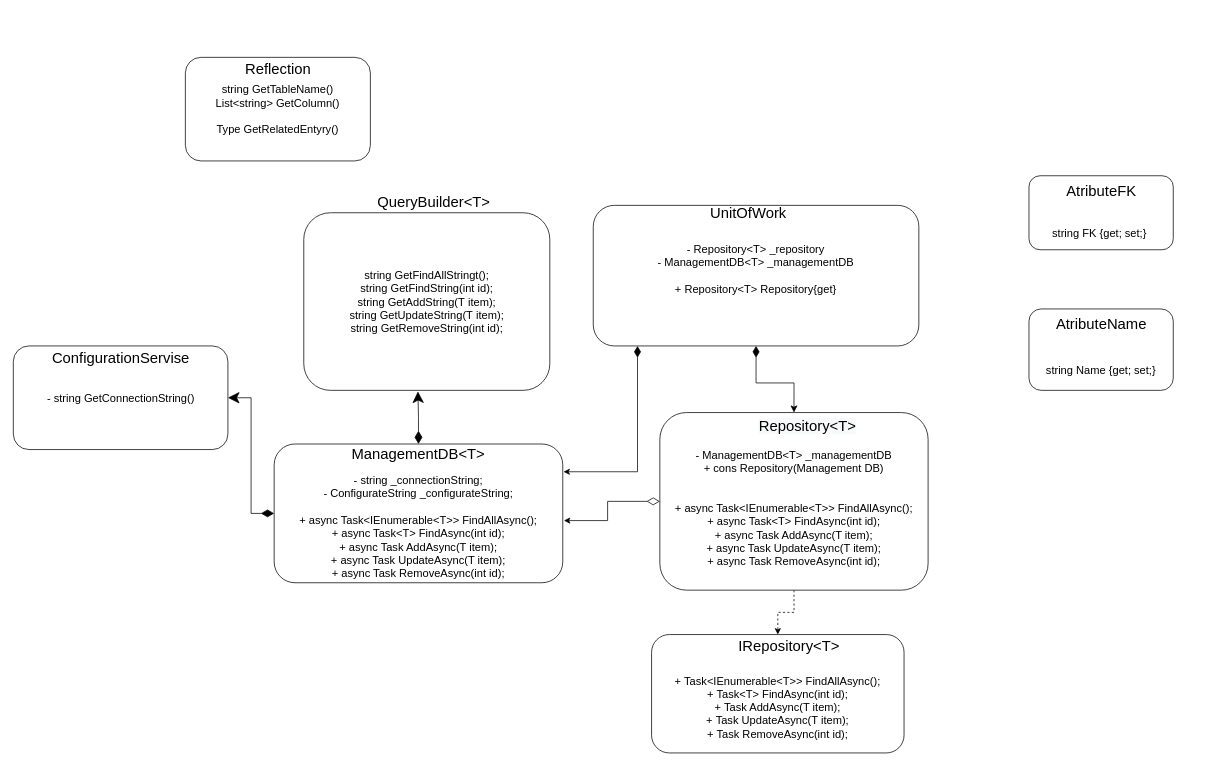
Before: Untitled Diagram.drawio in kra5alllez/website, a draw.io diagram. Source tidied: cells renumbered, new cells numbered last; positions are measured from the earlier drawing's top-left corner, leaving out a move shared by most shapes. Both pictures are drawn from the tidied source at 74%, with x=0, y=0 at pixel (13, 57).
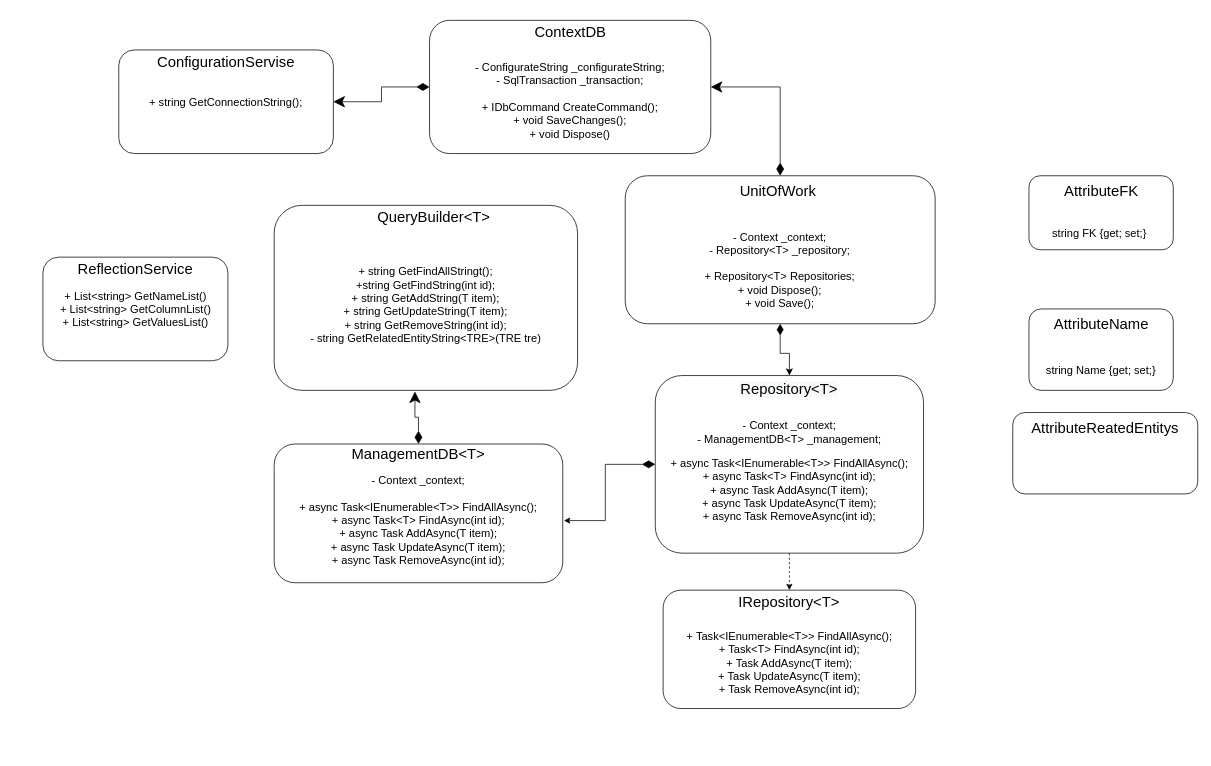
After the change.

What changed in the source:
```diff
@@
+    <mxCell id="26" style="edgeStyle=orthogonalEdgeStyle;rounded=0;jettySize=auto;html=1;exitX=0.5;exitY=0;exitDx=0;exitDy=0;entryX=1;entryY=0.5;entryDx=0;entryDy=0;startArrow=diamondThin;startFill=1;endArrow=classic;endFill=1;startSize=15;endSize=13;" parent="1" edge="1" source="3" target="28">
+      <mxGeometry relative="1" as="geometry" />
+    </mxCell>
-    <mxCell id="3" value="&lt;font style=&quot;font-size: 15px&quot;&gt;&lt;font style=&quot;font-size: 15px&quot;&gt;- Repository&amp;lt;T&amp;gt; _repository&lt;br&gt;&lt;/font&gt;- ManagementDB&amp;lt;T&amp;gt; _managementDB&lt;br&gt;&lt;font style=&quot;font-size: 15px&quot;&gt;&lt;br&gt;+ Repository&amp;lt;T&amp;gt; Repository{get}&lt;br&gt;&lt;/font&gt;&lt;/font&gt;&lt;span style=&quot;font-size: 15px&quot;&gt;&lt;br&gt;&lt;/span&gt;" style="rounded=1;whiteSpace=wrap;html=1;" parent="1" vertex="1">
-      <mxGeometry x="783.2" y="200" width="440" height="190" as="geometry" />
+    <mxCell id="3" value="&lt;font style=&quot;font-size: 15px&quot;&gt;&lt;font style=&quot;font-size: 15px&quot;&gt;&lt;br&gt;&lt;br&gt;&lt;br&gt;- Context _context;&lt;br&gt;- Repository&amp;lt;T&amp;gt; _repository;&lt;br&gt;&lt;/font&gt;&lt;font style=&quot;font-size: 15px&quot;&gt;&lt;br&gt;+ Repository&amp;lt;T&amp;gt; Repositories;&lt;br&gt;&lt;/font&gt;&lt;/font&gt;&lt;span style=&quot;font-size: 15px&quot;&gt;+ void Dispose();&lt;br&gt;+ void Save();&lt;br&gt;&lt;/span&gt;" style="rounded=1;whiteSpace=wrap;html=1;" parent="1" vertex="1">
+      <mxGeometry x="826.4" y="160" width="418.8" height="200" as="geometry" />
     </mxCell>
     <mxCell id="4" value="&lt;div&gt;&lt;span style=&quot;font-size: 15px&quot;&gt;&lt;br&gt;&lt;/span&gt;&lt;/div&gt;&lt;div&gt;&lt;span style=&quot;font-size: 15px&quot;&gt;&lt;br&gt;&lt;/span&gt;&lt;/div&gt;&lt;div&gt;&lt;span style=&quot;font-size: 15px&quot;&gt;+&amp;nbsp;&lt;/span&gt;&lt;span style=&quot;font-size: 15px&quot;&gt;Task&amp;lt;IEnumerable&amp;lt;T&amp;gt;&amp;gt; FindAllAsync();&lt;/span&gt;&lt;/div&gt;&lt;span style=&quot;font-size: 15px&quot;&gt;+&amp;nbsp;&lt;/span&gt;&lt;span style=&quot;font-size: 15px&quot;&gt;Task&amp;lt;T&amp;gt; FindAsync(int id);&lt;/span&gt;&lt;span style=&quot;font-size: 15px&quot;&gt;&lt;br&gt;&lt;/span&gt;&lt;span style=&quot;font-size: 15px&quot;&gt;+&amp;nbsp;&lt;/span&gt;&lt;span style=&quot;font-size: 15px&quot;&gt;Task AddAsync(T item);&lt;/span&gt;&lt;span style=&quot;font-size: 15px&quot;&gt;&lt;br&gt;&lt;/span&gt;&lt;span style=&quot;font-size: 15px&quot;&gt;+&amp;nbsp;&lt;/span&gt;&lt;span style=&quot;font-size: 15px&quot;&gt;Task UpdateAsync(T item);&lt;/span&gt;&lt;span style=&quot;font-size: 15px&quot;&gt;&lt;br&gt;&lt;/span&gt;&lt;span style=&quot;font-size: 15px&quot;&gt;+&amp;nbsp;&lt;/span&gt;&lt;span style=&quot;font-size: 15px&quot;&gt;Task RemoveAsync(int id);&lt;/span&gt;&lt;span style=&quot;font-size: 15px&quot;&gt;&lt;br&gt;&lt;/span&gt;" style="rounded=1;whiteSpace=wrap;html=1;" parent="1" vertex="1">
-      <mxGeometry x="862" y="780" width="341.2" height="160" as="geometry" />
+      <mxGeometry x="877.6" y="720" width="341.2" height="160" as="geometry" />
     </mxCell>
     <mxCell id="5" value="&lt;font style=&quot;font-size: 20px&quot;&gt;IRepository&amp;lt;T&amp;gt;&lt;/font&gt;" style="text;html=1;strokeColor=none;fillColor=none;align=center;verticalAlign=middle;whiteSpace=wrap;rounded=0;" parent="1" vertex="1">
-      <mxGeometry x="993.2" y="780" width="110" height="30" as="geometry" />
+      <mxGeometry x="993.2" y="720" width="110" height="30" as="geometry" />
     </mxCell>
     <mxCell id="6" value="&lt;font style=&quot;font-size: 20px&quot;&gt;UnitOfWork&lt;/font&gt;" style="text;html=1;strokeColor=none;fillColor=none;align=center;verticalAlign=middle;whiteSpace=wrap;rounded=0;" parent="1" vertex="1">
-      <mxGeometry x="873.2" y="190" width="240" height="40" as="geometry" />
+      <mxGeometry x="912.6" y="160" width="240" height="40" as="geometry" />
     </mxCell>
-    <mxCell id="7" value="&lt;span style=&quot;font-size: 15px&quot;&gt;string GetFindAllStringt();&lt;/span&gt;&lt;br style=&quot;font-size: 15px&quot;&gt;&lt;span style=&quot;font-size: 15px&quot;&gt;string&lt;/span&gt;&lt;span style=&quot;font-size: 15px&quot;&gt;&amp;nbsp;GetFindString(int id);&lt;/span&gt;&lt;br style=&quot;font-size: 15px&quot;&gt;&lt;span style=&quot;font-size: 15px&quot;&gt;string GetAddString(&lt;/span&gt;&lt;span style=&quot;font-size: 15px&quot;&gt;T&lt;/span&gt;&lt;span style=&quot;font-size: 15px&quot;&gt;&amp;nbsp;item);&lt;/span&gt;&lt;br style=&quot;font-size: 15px&quot;&gt;&lt;span style=&quot;font-size: 15px&quot;&gt;string GetUpdateString(&lt;/span&gt;&lt;span style=&quot;font-size: 15px&quot;&gt;T&lt;/span&gt;&lt;span style=&quot;font-size: 15px&quot;&gt;&amp;nbsp;item);&lt;/span&gt;&lt;br style=&quot;font-size: 15px&quot;&gt;&lt;span style=&quot;font-size: 15px&quot;&gt;string GetRemoveString(int id);&lt;/span&gt;" style="rounded=1;whiteSpace=wrap;html=1;" parent="1" vertex="1">
-      <mxGeometry x="392" y="210" width="332.5" height="240" as="geometry" />
+    <mxCell id="7" value="&lt;span style=&quot;font-size: 15px&quot;&gt;&lt;br&gt;+ string GetFindAllStringt();&lt;/span&gt;&lt;br style=&quot;font-size: 15px&quot;&gt;&lt;span style=&quot;font-size: 15px&quot;&gt;+string&lt;/span&gt;&lt;span style=&quot;font-size: 15px&quot;&gt;&amp;nbsp;GetFindString(int id);&lt;/span&gt;&lt;br style=&quot;font-size: 15px&quot;&gt;&lt;span style=&quot;font-size: 15px&quot;&gt;+ string GetAddString(&lt;/span&gt;&lt;span style=&quot;font-size: 15px&quot;&gt;T&lt;/span&gt;&lt;span style=&quot;font-size: 15px&quot;&gt;&amp;nbsp;item);&lt;/span&gt;&lt;br style=&quot;font-size: 15px&quot;&gt;&lt;span style=&quot;font-size: 15px&quot;&gt;+ string GetUpdateString(&lt;/span&gt;&lt;span style=&quot;font-size: 15px&quot;&gt;T&lt;/span&gt;&lt;span style=&quot;font-size: 15px&quot;&gt;&amp;nbsp;item);&lt;/span&gt;&lt;br style=&quot;font-size: 15px&quot;&gt;&lt;span style=&quot;font-size: 15px&quot;&gt;+ string GetRemoveString(int id);&lt;br&gt;- string GetRelatedEntityString&amp;lt;TRE&amp;gt;(TRE tre&lt;/span&gt;&lt;span style=&quot;font-size: 15px&quot;&gt;)&lt;br&gt;&lt;/span&gt;" style="rounded=1;whiteSpace=wrap;html=1;" parent="1" vertex="1">
+      <mxGeometry x="352" y="200" width="410" height="250" as="geometry" />
     </mxCell>
-    <mxCell id="8" style="edgeStyle=orthogonalEdgeStyle;rounded=0;jettySize=auto;html=1;startArrow=classic;startFill=1;endArrow=diamondThin;endFill=1;endSize=13;" parent="1" edge="1" target="3">
-      <mxGeometry relative="1" as="geometry">
-        <mxPoint x="743" y="560" as="sourcePoint" />
-        <Array as="points">
-          <mxPoint x="843" y="560" />
-        </Array>
-      </mxGeometry>
-    </mxCell>
-    <mxCell id="9" style="edgeStyle=orthogonalEdgeStyle;rounded=0;jettySize=auto;html=1;exitX=0;exitY=0.5;exitDx=0;exitDy=0;startArrow=diamondThin;startFill=1;endArrow=classic;endFill=1;startSize=15;endSize=13;" parent="1" edge="1" source="11" target="22">
-      <mxGeometry relative="1" as="geometry" />
-    </mxCell>
@@
-    <mxCell id="11" value="&lt;span style=&quot;font-size: 15px&quot;&gt;&lt;br&gt;&lt;br&gt;- string _connectionString;&lt;br&gt;- C&lt;/span&gt;&lt;span style=&quot;font-size: 15px&quot;&gt;onfigurateString&lt;/span&gt;&lt;span style=&quot;font-size: 15px&quot;&gt;&amp;nbsp;_configurateString;&lt;br&gt;&lt;br&gt;+&amp;nbsp;&lt;/span&gt;&lt;span style=&quot;font-size: 15px&quot;&gt;async Task&amp;lt;IEnumerable&amp;lt;T&amp;gt;&amp;gt; FindAllAsync();&lt;/span&gt;&lt;span style=&quot;font-size: 15px&quot;&gt;&lt;br&gt;&lt;/span&gt;&lt;font&gt;&lt;span style=&quot;font-size: 15px&quot;&gt;+&amp;nbsp;&lt;/span&gt;&lt;span style=&quot;font-size: 15px&quot;&gt;async Task&amp;lt;T&amp;gt; FindAsync(int id);&lt;/span&gt;&lt;span style=&quot;font-size: 15px&quot;&gt;&lt;br&gt;&lt;/span&gt;&lt;span style=&quot;font-size: 15px&quot;&gt;+&amp;nbsp;&lt;/span&gt;&lt;span style=&quot;font-size: 15px&quot;&gt;async Task AddAsync(T item);&lt;/span&gt;&lt;span style=&quot;font-size: 15px&quot;&gt;&lt;br&gt;&lt;/span&gt;&lt;span style=&quot;font-size: 15px&quot;&gt;+&amp;nbsp;&lt;/span&gt;&lt;span style=&quot;font-size: 15px&quot;&gt;async Task UpdateAsync(T item);&lt;/span&gt;&lt;span style=&quot;font-size: 15px&quot;&gt;&lt;br&gt;&lt;/span&gt;&lt;span style=&quot;font-size: 15px&quot;&gt;+&amp;nbsp;&lt;/span&gt;&lt;span style=&quot;font-size: 15px&quot;&gt;async Task RemoveAsync(int id);&lt;/span&gt;&lt;span style=&quot;font-size: 15px&quot;&gt;&lt;br&gt;&lt;/span&gt;&lt;/font&gt;" style="rounded=1;whiteSpace=wrap;html=1;" parent="1" vertex="1">
+    <mxCell id="11" value="&lt;span style=&quot;font-size: 15px&quot;&gt;&lt;br&gt;- Context _context;&lt;br&gt;&lt;/span&gt;&lt;span style=&quot;font-size: 15px&quot;&gt;&lt;br&gt;+&amp;nbsp;&lt;/span&gt;&lt;span style=&quot;font-size: 15px&quot;&gt;async Task&amp;lt;IEnumerable&amp;lt;T&amp;gt;&amp;gt; FindAllAsync();&lt;/span&gt;&lt;span style=&quot;font-size: 15px&quot;&gt;&lt;br&gt;&lt;/span&gt;&lt;font&gt;&lt;span style=&quot;font-size: 15px&quot;&gt;+&amp;nbsp;&lt;/span&gt;&lt;span style=&quot;font-size: 15px&quot;&gt;async Task&amp;lt;T&amp;gt; FindAsync(int id);&lt;/span&gt;&lt;span style=&quot;font-size: 15px&quot;&gt;&lt;br&gt;&lt;/span&gt;&lt;span style=&quot;font-size: 15px&quot;&gt;+&amp;nbsp;&lt;/span&gt;&lt;span style=&quot;font-size: 15px&quot;&gt;async Task AddAsync(T item);&lt;/span&gt;&lt;span style=&quot;font-size: 15px&quot;&gt;&lt;br&gt;&lt;/span&gt;&lt;span style=&quot;font-size: 15px&quot;&gt;+&amp;nbsp;&lt;/span&gt;&lt;span style=&quot;font-size: 15px&quot;&gt;async Task UpdateAsync(T item);&lt;/span&gt;&lt;span style=&quot;font-size: 15px&quot;&gt;&lt;br&gt;&lt;/span&gt;&lt;span style=&quot;font-size: 15px&quot;&gt;+&amp;nbsp;&lt;/span&gt;&lt;span style=&quot;font-size: 15px&quot;&gt;async Task RemoveAsync(int id);&lt;/span&gt;&lt;span style=&quot;font-size: 15px&quot;&gt;&lt;br&gt;&lt;/span&gt;&lt;/font&gt;" style="rounded=1;whiteSpace=wrap;html=1;" parent="1" vertex="1">
       <mxGeometry x="352" y="522.5" width="390" height="187.5" as="geometry" />
     </mxCell>
@@
-    <mxCell id="13" style="edgeStyle=orthogonalEdgeStyle;rounded=0;jettySize=auto;html=1;exitX=0;exitY=0.5;exitDx=0;exitDy=0;entryX=1.004;entryY=0.552;entryDx=0;entryDy=0;entryPerimeter=0;startArrow=diamondThin;startFill=0;startSize=15;" parent="1" edge="1" source="14" target="11">
+    <mxCell id="13" style="edgeStyle=orthogonalEdgeStyle;rounded=0;jettySize=auto;html=1;exitX=0;exitY=0.5;exitDx=0;exitDy=0;entryX=1.004;entryY=0.552;entryDx=0;entryDy=0;entryPerimeter=0;startArrow=diamondThin;startFill=1;startSize=15;" parent="1" edge="1" source="14" target="11">
       <mxGeometry relative="1" as="geometry" />
     </mxCell>
-    <mxCell id="14" value="&lt;div&gt;&lt;span style=&quot;font-size: 15px&quot;&gt;&lt;br&gt;&lt;/span&gt;&lt;/div&gt;&lt;div&gt;&lt;span style=&quot;font-size: 15px&quot;&gt;- ManagementDB&amp;lt;T&amp;gt; _managementDB&lt;/span&gt;&lt;span style=&quot;font-size: 15px&quot;&gt;&lt;br&gt;&lt;/span&gt;&lt;/div&gt;&lt;div&gt;&lt;span style=&quot;font-size: 15px&quot;&gt;+ cons Repository(Management DB)&lt;/span&gt;&lt;/div&gt;&lt;div&gt;&lt;span style=&quot;font-size: 15px&quot;&gt;&lt;br&gt;&lt;/span&gt;&lt;/div&gt;&lt;div&gt;&lt;span style=&quot;font-size: 15px&quot;&gt;&lt;br&gt;&lt;/span&gt;&lt;/div&gt;&lt;div&gt;&lt;span style=&quot;font-size: 15px&quot;&gt;+ async Task&amp;lt;IEnumerable&amp;lt;T&amp;gt;&amp;gt; FindAllAsync();&lt;/span&gt;&lt;/div&gt;&lt;div style=&quot;font-size: 15px&quot;&gt;+ async Task&amp;lt;T&amp;gt; FindAsync(int id);&lt;/div&gt;&lt;span style=&quot;font-size: 15px&quot;&gt;+&amp;nbsp;&lt;/span&gt;&lt;span style=&quot;font-size: 15px&quot;&gt;async Task AddAsync(T item);&lt;/span&gt;&lt;span style=&quot;font-size: 15px&quot;&gt;&lt;br&gt;&lt;/span&gt;&lt;span style=&quot;font-size: 15px&quot;&gt;+&amp;nbsp;&lt;/span&gt;&lt;span style=&quot;font-size: 15px&quot;&gt;async Task UpdateAsync(T item);&lt;/span&gt;&lt;span style=&quot;font-size: 15px&quot;&gt;&lt;br&gt;&lt;/span&gt;&lt;span style=&quot;font-size: 15px&quot;&gt;+&amp;nbsp;&lt;/span&gt;&lt;span style=&quot;font-size: 15px&quot;&gt;async Task RemoveAsync(int id);&lt;/span&gt;&lt;span style=&quot;font-size: 15px&quot;&gt;&lt;br&gt;&lt;/span&gt;" style="rounded=1;whiteSpace=wrap;html=1;" parent="1" vertex="1">
-      <mxGeometry x="873.2" y="480" width="362.5" height="240" as="geometry" />
+    <mxCell id="14" value="&lt;div&gt;&lt;span style=&quot;font-size: 15px&quot;&gt;&lt;br&gt;&lt;/span&gt;&lt;/div&gt;&lt;div&gt;&lt;span style=&quot;font-size: 15px&quot;&gt;- Context _context;&lt;/span&gt;&lt;span style=&quot;font-size: 15px&quot;&gt;&lt;br&gt;&lt;/span&gt;&lt;/div&gt;&lt;div&gt;&lt;span style=&quot;font-size: 15px&quot;&gt;- ManagementDB&amp;lt;T&amp;gt; _management;&lt;/span&gt;&lt;/div&gt;&lt;div&gt;&lt;br&gt;&lt;/div&gt;&lt;div&gt;&lt;span style=&quot;font-size: 15px&quot;&gt;+ async Task&amp;lt;IEnumerable&amp;lt;T&amp;gt;&amp;gt; FindAllAsync();&lt;/span&gt;&lt;/div&gt;&lt;div style=&quot;font-size: 15px&quot;&gt;+ async Task&amp;lt;T&amp;gt; FindAsync(int id);&lt;/div&gt;&lt;span style=&quot;font-size: 15px&quot;&gt;+&amp;nbsp;&lt;/span&gt;&lt;span style=&quot;font-size: 15px&quot;&gt;async Task AddAsync(T item);&lt;/span&gt;&lt;span style=&quot;font-size: 15px&quot;&gt;&lt;br&gt;&lt;/span&gt;&lt;span style=&quot;font-size: 15px&quot;&gt;+&amp;nbsp;&lt;/span&gt;&lt;span style=&quot;font-size: 15px&quot;&gt;async Task UpdateAsync(T item);&lt;/span&gt;&lt;span style=&quot;font-size: 15px&quot;&gt;&lt;br&gt;&lt;/span&gt;&lt;span style=&quot;font-size: 15px&quot;&gt;+&amp;nbsp;&lt;/span&gt;&lt;span style=&quot;font-size: 15px&quot;&gt;async Task RemoveAsync(int id);&lt;/span&gt;&lt;span style=&quot;font-size: 15px&quot;&gt;&lt;br&gt;&lt;/span&gt;" style="rounded=1;whiteSpace=wrap;html=1;" parent="1" vertex="1">
+      <mxGeometry x="867" y="430" width="362.5" height="240" as="geometry" />
     </mxCell>
     <mxCell id="15" value="&lt;span style=&quot;color: rgb(0 , 0 , 0) ; font-family: &amp;#34;helvetica&amp;#34; ; font-size: 20px ; font-style: normal ; font-weight: 400 ; letter-spacing: normal ; text-indent: 0px ; text-transform: none ; word-spacing: 0px ; background-color: rgb(248 , 249 , 250) ; display: inline ; float: none&quot;&gt;Repository&amp;lt;T&amp;gt;&lt;/span&gt;" style="text;whiteSpace=wrap;html=1;align=center;" parent="1" vertex="1">
-      <mxGeometry x="993.2" y="480" width="160" height="30" as="geometry" />
+      <mxGeometry x="968.2" y="430" width="160" height="30" as="geometry" />
     </mxCell>
     <mxCell id="16" value="&lt;font style=&quot;font-size: 20px&quot;&gt;QueryBuilder&amp;lt;T&amp;gt;&lt;/font&gt;" style="text;html=1;strokeColor=none;fillColor=none;align=center;verticalAlign=middle;whiteSpace=wrap;rounded=0;" parent="1" vertex="1">
-      <mxGeometry x="483.2" y="180" width="170" height="30" as="geometry" />
+      <mxGeometry x="483.2" y="200" width="170" height="30" as="geometry" />
     </mxCell>
@@
-    <mxCell id="19" value="&lt;font style=&quot;font-size: 20px&quot;&gt;AtributeFK&lt;/font&gt;" style="text;html=1;strokeColor=none;fillColor=none;align=center;verticalAlign=middle;whiteSpace=wrap;rounded=0;" parent="1" vertex="1">
+    <mxCell id="19" value="&lt;font style=&quot;font-size: 20px&quot;&gt;AttributeFK&lt;/font&gt;" style="text;html=1;strokeColor=none;fillColor=none;align=center;verticalAlign=middle;whiteSpace=wrap;rounded=0;" parent="1" vertex="1">
       <mxGeometry x="1409.5" y="160" width="120" height="40" as="geometry" />
     </mxCell>
@@
-    <mxCell id="21" value="&lt;font style=&quot;font-size: 20px&quot;&gt;AtributeName&lt;/font&gt;" style="text;html=1;strokeColor=none;fillColor=none;align=center;verticalAlign=middle;whiteSpace=wrap;rounded=0;" parent="1" vertex="1">
+    <mxCell id="21" value="&lt;font style=&quot;font-size: 20px&quot;&gt;AttributeName&lt;/font&gt;" style="text;html=1;strokeColor=none;fillColor=none;align=center;verticalAlign=middle;whiteSpace=wrap;rounded=0;" parent="1" vertex="1">
       <mxGeometry x="1409.5" y="340" width="120" height="40" as="geometry" />
     </mxCell>
-    <mxCell id="22" value="&lt;font style=&quot;font-size: 15px&quot;&gt;- string GetConnectionString()&lt;/font&gt;" style="rounded=1;whiteSpace=wrap;html=1;" parent="1" vertex="1">
-      <mxGeometry x="-0.5" y="390" width="290" height="140" as="geometry" />
+    <mxCell id="22" value="&lt;font style=&quot;font-size: 15px&quot;&gt;+ string GetConnectionString();&lt;/font&gt;" style="rounded=1;whiteSpace=wrap;html=1;" parent="1" vertex="1">
+      <mxGeometry x="142" y="-10" width="290" height="140" as="geometry" />
     </mxCell>
     <mxCell id="23" value="&lt;font style=&quot;font-size: 20px&quot;&gt;ConfigurationServise&lt;/font&gt;" style="text;html=1;strokeColor=none;fillColor=none;align=center;verticalAlign=middle;whiteSpace=wrap;rounded=0;" parent="1" vertex="1">
-      <mxGeometry x="44.5" y="390" width="200" height="30" as="geometry" />
+      <mxGeometry x="187" y="-10" width="200" height="30" as="geometry" />
     </mxCell>
-    <mxCell id="24" value="&lt;font style=&quot;font-size: 15px&quot;&gt;string GetTableName()&lt;br&gt;List&amp;lt;string&amp;gt; GetColumn()&lt;br&gt;&lt;br&gt;Type GetRelatedEntyry()&lt;/font&gt;" style="rounded=1;whiteSpace=wrap;html=1;" parent="1" vertex="1">
-      <mxGeometry x="232" width="250" height="140" as="geometry" />
+    <mxCell id="24" value="&lt;font style=&quot;font-size: 15px&quot;&gt;+ List&amp;lt;string&amp;gt;&amp;nbsp;GetNameList()&lt;br&gt;+ List&amp;lt;string&amp;gt;&amp;nbsp;GetColumnList()&lt;br&gt;+ List&amp;lt;string&amp;gt; GetValuesList()&lt;/font&gt;" style="rounded=1;whiteSpace=wrap;html=1;" parent="1" vertex="1">
+      <mxGeometry x="39.5" y="270" width="250" height="140" as="geometry" />
     </mxCell>
-    <mxCell id="25" value="&lt;font style=&quot;font-size: 20px&quot;&gt;Reflection&lt;/font&gt;" style="text;html=1;strokeColor=none;fillColor=none;align=center;verticalAlign=middle;whiteSpace=wrap;rounded=0;" parent="1" vertex="1">
-      <mxGeometry x="289.5" width="135" height="30" as="geometry" />
+    <mxCell id="25" value="&lt;font style=&quot;font-size: 20px&quot;&gt;ReflectionService&lt;/font&gt;" style="text;html=1;strokeColor=none;fillColor=none;align=center;verticalAlign=middle;whiteSpace=wrap;rounded=0;" parent="1" vertex="1">
+      <mxGeometry x="72" y="270" width="185" height="30" as="geometry" />
     </mxCell>
+    <mxCell id="27" style="edgeStyle=orthogonalEdgeStyle;rounded=0;jettySize=auto;html=1;exitX=0;exitY=0.5;exitDx=0;exitDy=0;entryX=1;entryY=0.5;entryDx=0;entryDy=0;startArrow=diamondThin;startFill=1;endArrow=classic;endFill=1;startSize=15;endSize=13;" parent="1" edge="1" source="28" target="22">
+      <mxGeometry relative="1" as="geometry" />
+    </mxCell>
+    <mxCell id="28" value="&lt;font style=&quot;font-size: 15px&quot;&gt;&lt;br&gt;&lt;br&gt;&lt;br&gt;- ConfigurateString&amp;nbsp;_configurateString;&lt;br&gt;- SqlTransaction _transaction;&lt;br&gt;&lt;br&gt;+ IDbCommand CreateCommand();&lt;br&gt;+ void SaveChanges();&lt;br&gt;+ void Dispose()&lt;br&gt;&lt;br&gt;&lt;/font&gt;" style="rounded=1;whiteSpace=wrap;html=1;" parent="1" vertex="1">
+      <mxGeometry x="562" y="-50" width="380" height="180" as="geometry" />
+    </mxCell>
+    <mxCell id="29" value="&lt;font style=&quot;font-size: 20px&quot;&gt;ContextDB&lt;/font&gt;" style="text;html=1;strokeColor=none;fillColor=none;align=center;verticalAlign=middle;whiteSpace=wrap;rounded=0;" parent="1" vertex="1">
+      <mxGeometry x="677.6" y="-60" width="148.8" height="50" as="geometry" />
+    </mxCell>
+    <mxCell id="30" value="&lt;font style=&quot;font-size: 15px&quot;&gt;&lt;br&gt;&lt;/font&gt;" style="rounded=1;whiteSpace=wrap;html=1;" parent="1" vertex="1">
+      <mxGeometry x="1350.1" y="480" width="250" height="110" as="geometry" />
+    </mxCell>
+    <mxCell id="31" value="&lt;font style=&quot;font-size: 20px&quot;&gt;AttributeReatedEntitys&lt;/font&gt;" style="text;html=1;strokeColor=none;fillColor=none;align=center;verticalAlign=middle;whiteSpace=wrap;rounded=0;" parent="1" vertex="1">
+      <mxGeometry x="1372" y="480" width="206.2" height="40" as="geometry" />
+    </mxCell>
```
